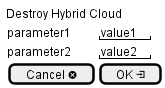
CAADE/edgeville keeps this PlantUML diagram as docs/UseCases/Manage-Cloud/Destroy-Hybrid-CloudWeb.png. Above is the earlier version. Its source is kept beside it as docs/UseCases/Manage-Cloud/Destroy-Hybrid-CloudWeb.puml.
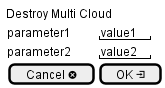
The same diagram one commit later.

The edit, as a diff of the source:
```diff
@@ -2,7 +2,7 @@
 
 salt
 {
-  Destroy Hybrid Cloud
+  Destroy Multi Cloud
   {
       parameter1 | "value1"
       parameter2 | "value2"
```
